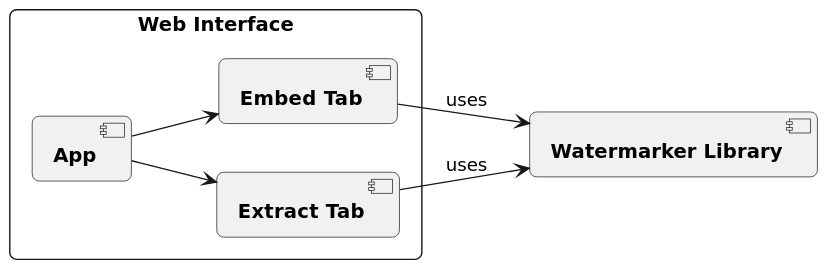
Earlier version of the PlantUML export docs/architecture/images/05_level-2-webinterface.svg (FraunhoferISST/Innamark). Its diagram source:
```plantuml
@startuml
!include style.puml

rectangle "Web Interface" as system {
    component "**App**" as app

    component "**Embed Tab**" as embedTab
    component "**Extract Tab**" as extractTab
}

component "**Watermarker Library**" as lib

app --> embedTab
app --> extractTab

embedTab --> lib : uses
extractTab --> lib : uses
@enduml
```
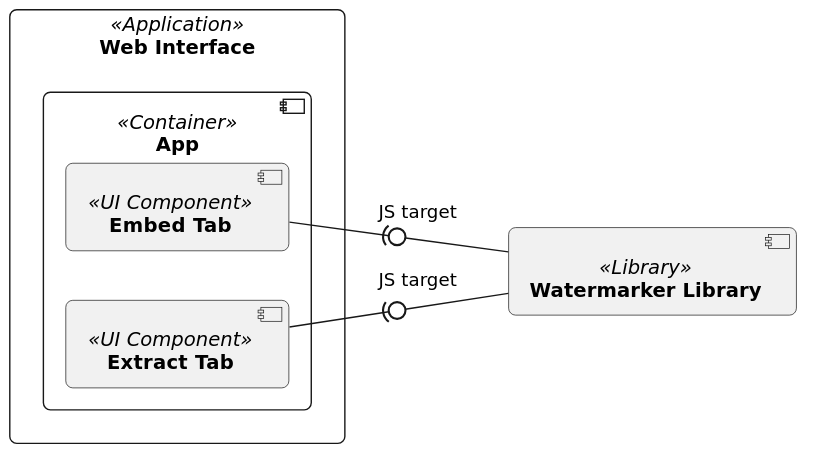
After the commit.

The edit, as a diff of the source:
```diff
@@ -1,18 +1,15 @@
 @startuml
 !include style.puml
 
-rectangle "Web Interface" as system {
-    component "**App**" as app
-
-    component "**Embed Tab**" as embedTab
-    component "**Extract Tab**" as extractTab
+rectangle "**Web Interface**" <<Application>> as system {
+    component "**App**" <<Container>> as app {
+        component "**Embed Tab**" <<UI Component>> as embedTab
+        component "**Extract Tab**" <<UI Component>> as extractTab
+    }
 }
 
-component "**Watermarker Library**" as lib
+component "**Watermarker Library**" <<Library>> as lib
 
-app --> embedTab
-app --> extractTab
-
-embedTab --> lib : uses
-extractTab --> lib : uses
+embedTab -(0- lib : JS target
+extractTab -(0- lib : JS target
 @enduml
```
